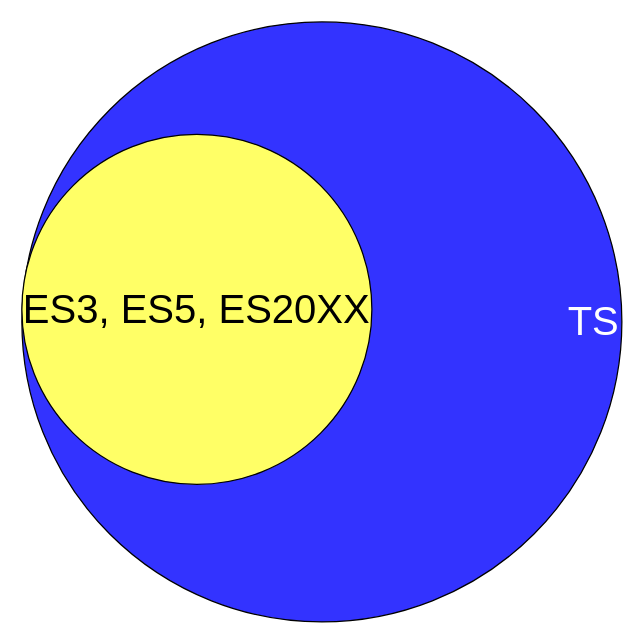
Above: page "Scratchpad" (4 of 4) of TypeScript.drawio in gjungb/Zeichnungen (draw.io), before the change. Source tidied: cells renumbered, new cells numbered last; positions are measured from the earlier drawing's top-left corner, leaving out a move shared by most shapes. Both pictures are drawn from the tidied source at 125%, with x=0, y=0 at pixel (21, 21).
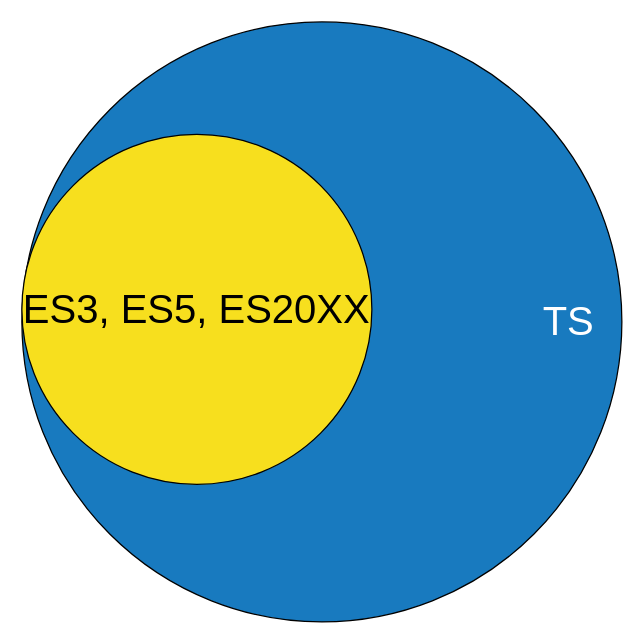
After the change.

The edit, as a diff of the source:
```diff
@@
 <mxGraphModel>
   <root>
     <mxCell id="0" />
     <mxCell id="1" parent="0" />
-    <mxCell id="2" value="TS" style="ellipse;whiteSpace=wrap;html=1;fillColor=#3333FF;fontSize=32;fontColor=#FFFFFF;align=right;" parent="1" vertex="1">
+    <mxCell id="2" value="TS" style="ellipse;whiteSpace=wrap;html=1;fillColor=#187abf;fontSize=32;fontColor=#FFFFFF;align=right;fontFamily=Fira Code;spacingRight=20;" parent="1" vertex="1">
       <mxGeometry width="480" height="480" as="geometry" />
     </mxCell>
-    <mxCell id="3" value="ES3, ES5, ES20XX" style="ellipse;whiteSpace=wrap;html=1;fillColor=#FFFF66;fontSize=32;" parent="1" vertex="1">
+    <mxCell id="3" value="ES3, ES5, ES20XX" style="ellipse;whiteSpace=wrap;html=1;fillColor=#f7df1e;fontSize=32;fontFamily=Fira Code;" parent="1" vertex="1">
       <mxGeometry y="90" width="280" height="280" as="geometry" />
     </mxCell>
   </root>
 </mxGraphModel>
```
